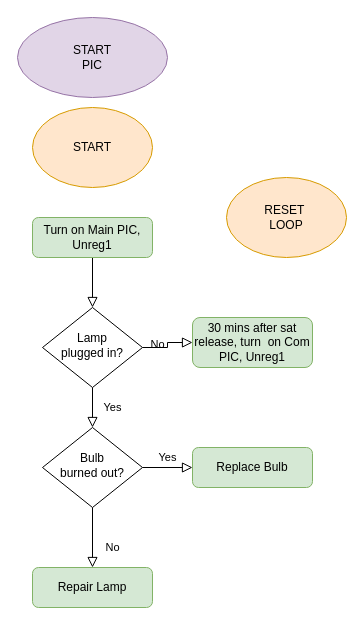
BIRDSOpenSource/BIRDSRP-OBC keeps this draw.io diagram as page "START_PIC" (1 of 3) of Diagrams/main_pic_operation.drawio. Above is the earlier version. Source tidied: cells renumbered, new cells numbered last; positions are measured from the earlier drawing's top-left corner, leaving out a move shared by most shapes. Both pictures are drawn from the tidied source at 100%, with x=0, y=0 at pixel (17, 17).
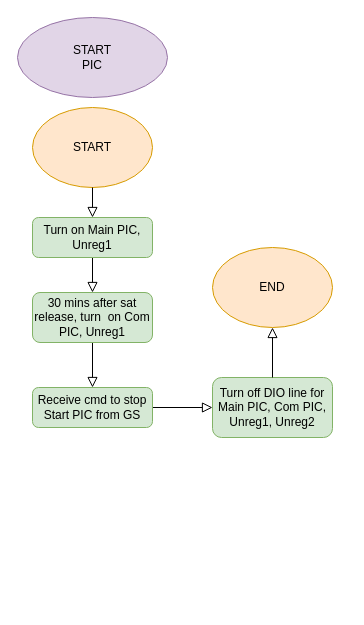
The same diagram, later.

Change to the diagram source:
```diff
@@
 <mxGraphModel>
   <root>
     <mxCell id="0" />
     <mxCell id="1" parent="0" />
-    <mxCell id="2" style="rounded=0;html=1;jettySize=auto;fontSize=11;endArrow=block;endFill=0;endSize=8;strokeWidth=1;shadow=0;labelBackgroundColor=none;edgeStyle=orthogonalEdgeStyle;" parent="1" edge="1" source="3" target="6">
+    <mxCell id="2" style="rounded=0;html=1;jettySize=auto;fontSize=11;endArrow=block;endFill=0;endSize=8;strokeWidth=1;shadow=0;labelBackgroundColor=none;edgeStyle=orthogonalEdgeStyle;entryX=0.5;entryY=0;entryDx=0;entryDy=0;" parent="1" edge="1" source="3" target="7">
       <mxGeometry relative="1" as="geometry" />
     </mxCell>
     <mxCell id="3" value="Turn on Main PIC, Unreg1" style="rounded=1;whiteSpace=wrap;html=1;fontSize=12;glass=0;strokeWidth=1;shadow=0;fillColor=#d5e8d4;strokeColor=#82b366;" parent="1" vertex="1">
       <mxGeometry x="15" y="200" width="120" height="40" as="geometry" />
     </mxCell>
-    <mxCell id="4" value="Yes" style="rounded=0;html=1;jettySize=auto;fontSize=11;endArrow=block;endFill=0;endSize=8;strokeWidth=1;shadow=0;labelBackgroundColor=none;edgeStyle=orthogonalEdgeStyle;" parent="1" edge="1" source="6" target="10">
+    <mxCell id="4" style="rounded=0;html=1;jettySize=auto;fontSize=11;endArrow=block;endFill=0;endSize=8;strokeWidth=1;shadow=0;labelBackgroundColor=none;edgeStyle=orthogonalEdgeStyle;exitX=0.5;exitY=1;exitDx=0;exitDy=0;entryX=0.5;entryY=0;entryDx=0;entryDy=0;" parent="1" edge="1" source="7" target="12">
       <mxGeometry y="20" relative="1" as="geometry" />
     </mxCell>
-    <mxCell id="5" value="No" style="edgeStyle=orthogonalEdgeStyle;rounded=0;html=1;jettySize=auto;fontSize=11;endArrow=block;endFill=0;endSize=8;strokeWidth=1;shadow=0;labelBackgroundColor=none;" parent="1" edge="1" source="6" target="7">
-      <mxGeometry y="10" relative="1" as="geometry" />
-    </mxCell>
-    <mxCell id="6" value="Lamp&lt;br&gt;plugged in?" style="rhombus;whiteSpace=wrap;html=1;shadow=0;fontFamily=Helvetica;fontSize=12;align=center;strokeWidth=1;spacing=6;spacingTop=-4;" parent="1" vertex="1">
-      <mxGeometry x="25" y="290" width="100" height="80" as="geometry" />
-    </mxCell>
     <mxCell id="7" value="30 mins after sat release, turn&amp;nbsp; on Com PIC, Unreg1" style="rounded=1;whiteSpace=wrap;html=1;fontSize=12;glass=0;strokeWidth=1;shadow=0;fillColor=#d5e8d4;strokeColor=#82b366;" parent="1" vertex="1">
-      <mxGeometry x="175" y="300" width="120" height="50" as="geometry" />
+      <mxGeometry x="15" y="275" width="120" height="50" as="geometry" />
     </mxCell>
-    <mxCell id="8" value="No" style="rounded=0;html=1;jettySize=auto;fontSize=11;endArrow=block;endFill=0;endSize=8;strokeWidth=1;shadow=0;labelBackgroundColor=none;edgeStyle=orthogonalEdgeStyle;" parent="1" edge="1" source="10" target="11">
+    <mxCell id="8" style="rounded=0;html=1;jettySize=auto;fontSize=11;endArrow=block;endFill=0;endSize=8;strokeWidth=1;shadow=0;labelBackgroundColor=none;edgeStyle=orthogonalEdgeStyle;exitX=1;exitY=0.5;exitDx=0;exitDy=0;entryX=0;entryY=0.5;entryDx=0;entryDy=0;" parent="1" edge="1" source="12" target="11">
       <mxGeometry x="0.33" y="20" relative="1" as="geometry" />
     </mxCell>
-    <mxCell id="9" value="Yes" style="edgeStyle=orthogonalEdgeStyle;rounded=0;html=1;jettySize=auto;fontSize=11;endArrow=block;endFill=0;endSize=8;strokeWidth=1;shadow=0;labelBackgroundColor=none;" parent="1" edge="1" source="10" target="12">
-      <mxGeometry y="10" relative="1" as="geometry" />
-    </mxCell>
-    <mxCell id="10" value="Bulb&lt;br&gt;burned out?" style="rhombus;whiteSpace=wrap;html=1;shadow=0;fontFamily=Helvetica;fontSize=12;align=center;strokeWidth=1;spacing=6;spacingTop=-4;" parent="1" vertex="1">
-      <mxGeometry x="25" y="410" width="100" height="80" as="geometry" />
-    </mxCell>
-    <mxCell id="11" value="Repair Lamp" style="rounded=1;whiteSpace=wrap;html=1;fontSize=12;glass=0;strokeWidth=1;shadow=0;fillColor=#d5e8d4;strokeColor=#82b366;" parent="1" vertex="1">
-      <mxGeometry x="15" y="550" width="120" height="40" as="geometry" />
+    <mxCell id="11" value="&lt;div&gt;Turn off DIO line for Main PIC, Com PIC, Unreg1, Unreg2&lt;/div&gt;" style="rounded=1;whiteSpace=wrap;html=1;fontSize=12;glass=0;strokeWidth=1;shadow=0;fillColor=#d5e8d4;strokeColor=#82b366;" parent="1" vertex="1">
+      <mxGeometry x="195" y="360" width="120" height="60" as="geometry" />
     </mxCell>
-    <mxCell id="12" value="Replace Bulb" style="rounded=1;whiteSpace=wrap;html=1;fontSize=12;glass=0;strokeWidth=1;shadow=0;fillColor=#d5e8d4;strokeColor=#82b366;" parent="1" vertex="1">
-      <mxGeometry x="175" y="430" width="120" height="40" as="geometry" />
+    <mxCell id="12" value="&lt;div&gt;Receive cmd to stop Start PIC from GS&lt;/div&gt;" style="rounded=1;whiteSpace=wrap;html=1;fontSize=12;glass=0;strokeWidth=1;shadow=0;fillColor=#d5e8d4;strokeColor=#82b366;" parent="1" vertex="1">
+      <mxGeometry x="15" y="370" width="120" height="40" as="geometry" />
     </mxCell>
     <mxCell id="13" value="START&lt;div&gt;PIC&lt;/div&gt;" style="ellipse;whiteSpace=wrap;html=1;fillColor=#e1d5e7;strokeColor=#9673a6;" parent="1" vertex="1">
       <mxGeometry width="150" height="80" as="geometry" />
     </mxCell>
     <mxCell id="14" value="START" style="ellipse;whiteSpace=wrap;html=1;fillColor=#ffe6cc;strokeColor=#d79b00;" parent="1" vertex="1">
       <mxGeometry x="15" y="90" width="120" height="80" as="geometry" />
     </mxCell>
-    <mxCell id="15" value="RESET&amp;nbsp;&lt;div&gt;LOOP&lt;/div&gt;" style="ellipse;whiteSpace=wrap;html=1;fillColor=#ffe6cc;strokeColor=#d79b00;" parent="1" vertex="1">
-      <mxGeometry x="209" y="160" width="120" height="80" as="geometry" />
+    <mxCell id="15" value="END" style="ellipse;whiteSpace=wrap;html=1;fillColor=#ffe6cc;strokeColor=#d79b00;" parent="1" vertex="1">
+      <mxGeometry x="195" y="230" width="120" height="80" as="geometry" />
     </mxCell>
+    <mxCell id="16" style="rounded=0;html=1;jettySize=auto;fontSize=11;endArrow=block;endFill=0;endSize=8;strokeWidth=1;shadow=0;labelBackgroundColor=none;edgeStyle=orthogonalEdgeStyle;exitX=0.5;exitY=0;exitDx=0;exitDy=0;entryX=0.5;entryY=1;entryDx=0;entryDy=0;" parent="1" edge="1" source="11" target="15">
+      <mxGeometry x="0.33" y="20" relative="1" as="geometry" />
+    </mxCell>
+    <mxCell id="17" style="rounded=0;html=1;jettySize=auto;fontSize=11;endArrow=block;endFill=0;endSize=8;strokeWidth=1;shadow=0;labelBackgroundColor=none;edgeStyle=orthogonalEdgeStyle;entryX=0.5;entryY=0;entryDx=0;entryDy=0;exitX=0.5;exitY=1;exitDx=0;exitDy=0;" parent="1" edge="1" source="14" target="3">
+      <mxGeometry relative="1" as="geometry" />
+    </mxCell>
   </root>
 </mxGraphModel>
```
